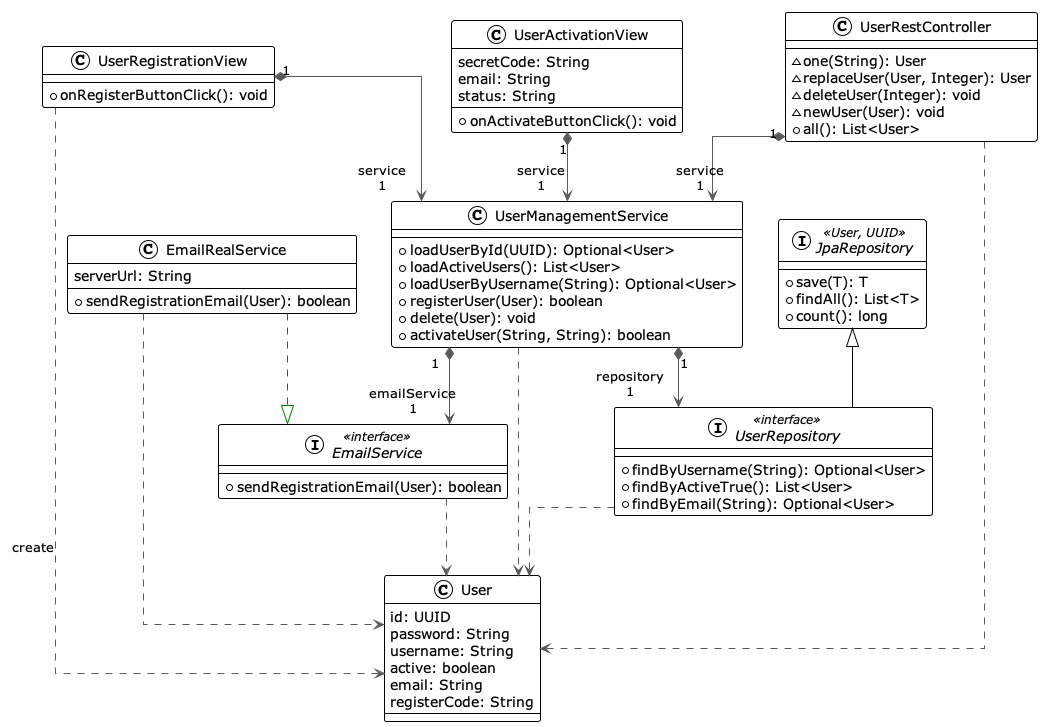
Above: models/User Module Class Diagram.png in ruizrube/iw-fullstack (PlantUML), before the change.
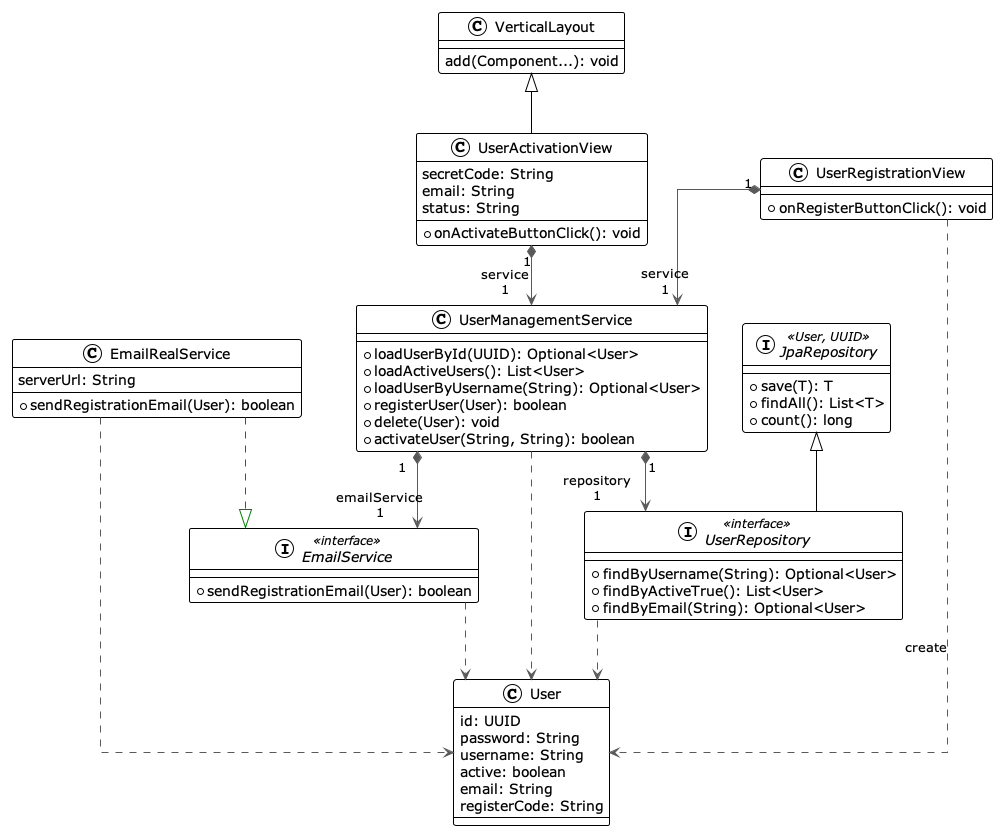
The same diagram one commit later.

Commit message:
Se añade la clase de Vaadin VerticalLayout en los modelos de clases UML

What changed in the source:
```diff
@@ -19,7 +19,13 @@
    email: String
    registerCode: String
 }
-class UserActivationView {
+
+class VerticalLayout {
+    add(Component...): void
+}
+
+
+class UserActivationView extends VerticalLayout{
   + onActivateButtonClick(): void
    secretCode: String
    email: String
@@ -48,13 +54,7 @@
   + findByActiveTrue(): List<User>
   + findByEmail(String): Optional<User>
 }
-class UserRestController {
-  ~ one(String): User
-  ~ replaceUser(User, Integer): User
-  ~ deleteUser(Integer): void
-  ~ newUser(User): void
-  + all(): List<User>
-}
+
 
 EmailRealService       -[#008200,dashed]-^  EmailService
 EmailRealService       -[#595959,dashed]->  User
@@ -66,6 +66,4 @@
 UserRegistrationView   -[#595959,dashed]->  User                  : "«create»"
 UserRegistrationView  "1" *-[#595959,plain]-> "service\n1" UserManagementService
 UserRepository         -[#595959,dashed]->  User
-UserRestController     -[#595959,dashed]->  User
-UserRestController    "1" *-[#595959,plain]-> "service\n1" UserManagementService
 @enduml
```
